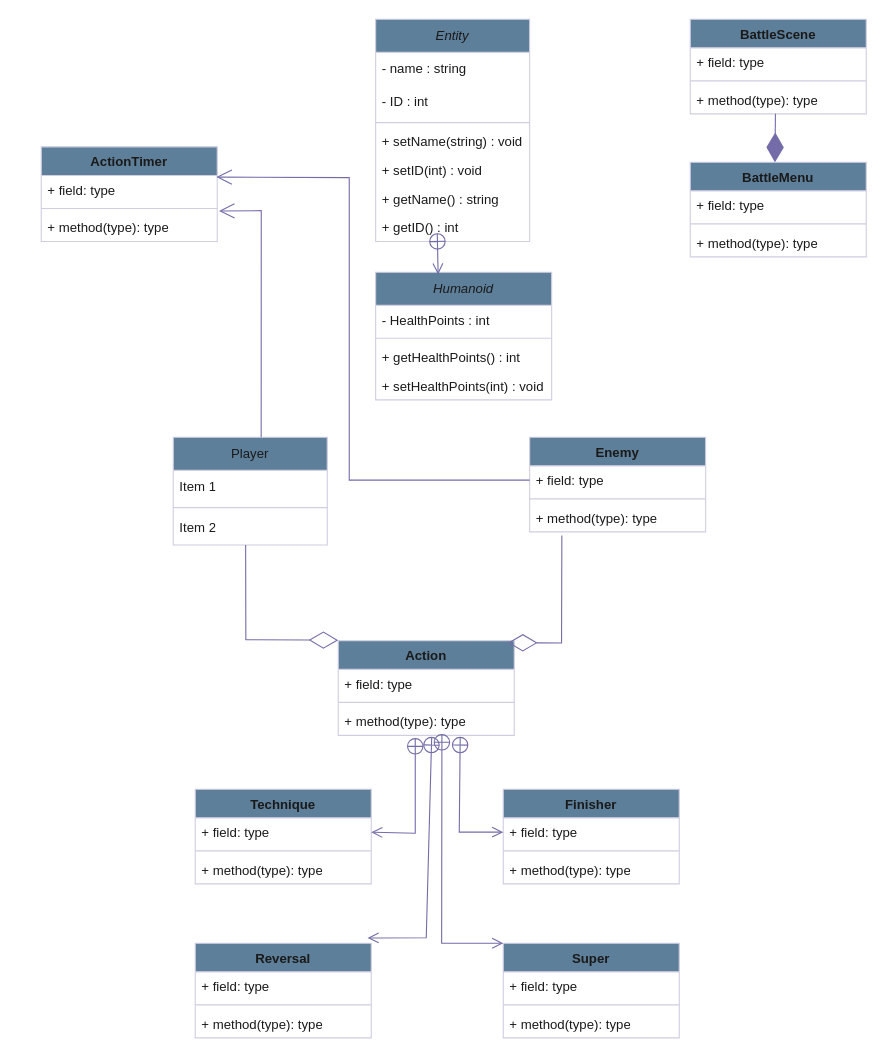
Before: Diagrams/Cerberus_Class_Diagram.drawio in Mickael723/Project-Cerberus, a draw.io diagram. Source tidied: cells renumbered, new cells numbered last; positions are measured from the earlier drawing's top-left corner, leaving out a move shared by most shapes. Both pictures are drawn from the tidied source at 110%, with x=0, y=0 at pixel (41, 19).
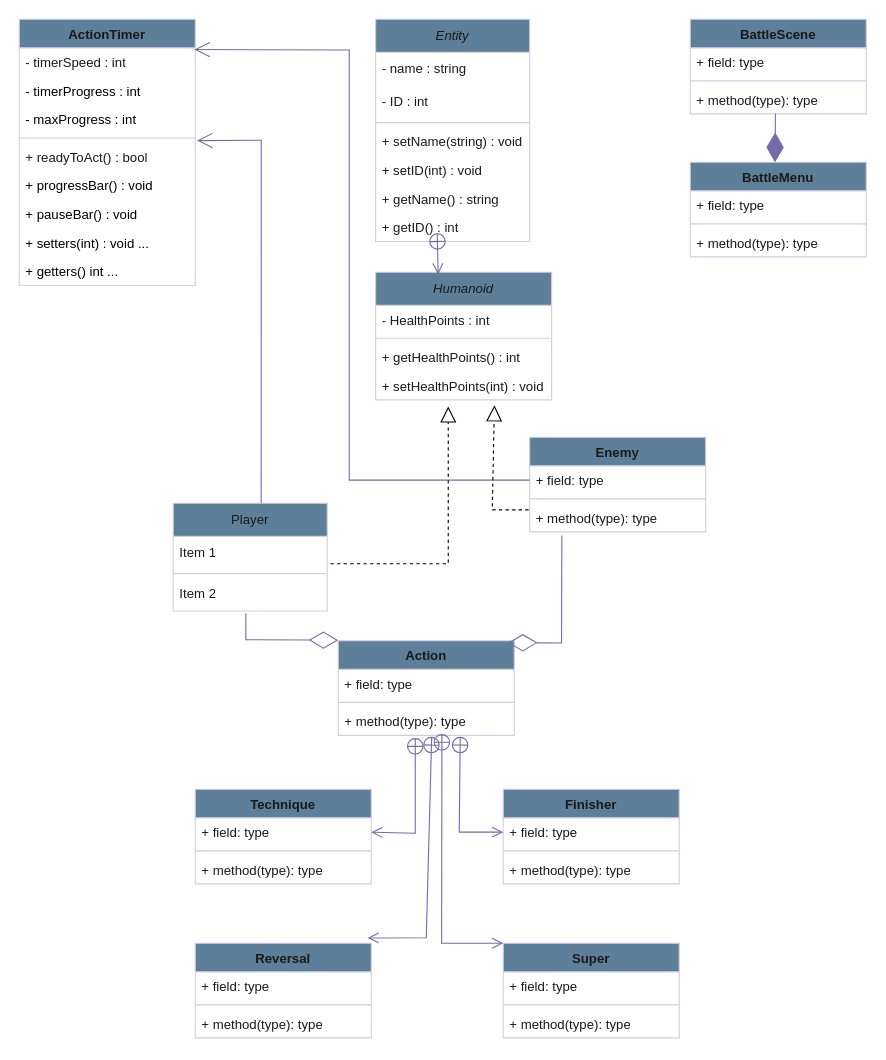
After the change.

Unchanged cells that the change refers to:
```xml
<mxCell id="14" value="+ setHealthPoints(int) : void" style="text;strokeColor=none;fillColor=none;align=left;verticalAlign=top;spacingLeft=4;spacingRight=4;overflow=hidden;points=[[0,0.5],[1,0.5]];portConstraint=eastwest;whiteSpace=wrap;html=1;labelBackgroundColor=none;fontColor=#1A1A1A;" parent="10" vertex="1">
  <mxGeometry y="90" width="160" height="26" as="geometry" />
</mxCell>
<mxCell id="16" value="Item 1" style="text;strokeColor=none;fillColor=none;align=left;verticalAlign=middle;spacingLeft=4;spacingRight=4;overflow=hidden;points=[[0,0.5],[1,0.5]];portConstraint=eastwest;whiteSpace=wrap;html=1;labelBackgroundColor=none;fontColor=#1A1A1A;" parent="15" vertex="1">
  <mxGeometry y="30" width="140" height="30" as="geometry" />
</mxCell>
<mxCell id="25" value="+ field: type" style="text;strokeColor=none;fillColor=none;align=left;verticalAlign=top;spacingLeft=4;spacingRight=4;overflow=hidden;points=[[0,0.5],[1,0.5]];portConstraint=eastwest;whiteSpace=wrap;html=1;fontColor=#1A1A1A;" parent="24" vertex="1">
  <mxGeometry y="26" width="160" height="26" as="geometry" />
</mxCell>
<mxCell id="27" value="+ method(type): type" style="text;strokeColor=none;fillColor=none;align=left;verticalAlign=top;spacingLeft=4;spacingRight=4;overflow=hidden;points=[[0,0.5],[1,0.5]];portConstraint=eastwest;whiteSpace=wrap;html=1;fontColor=#1A1A1A;" parent="24" vertex="1">
  <mxGeometry y="60" width="160" height="26" as="geometry" />
</mxCell>
```

What changed in the source:
```diff
@@
     <mxCell id="15" value="Player" style="swimlane;fontStyle=0;horizontal=1;startSize=30;whiteSpace=wrap;html=1;labelBackgroundColor=none;fillColor=#5D7F99;strokeColor=#D0CEE2;fontColor=#1A1A1A;" parent="1" vertex="1">
-      <mxGeometry x="120" y="380" width="140" height="98" as="geometry" />
+      <mxGeometry x="120" y="440" width="140" height="98" as="geometry" />
     </mxCell>
@@
     <mxCell id="28" value="ActionTimer" style="swimlane;fontStyle=1;align=center;verticalAlign=top;horizontal=1;startSize=26;whiteSpace=wrap;html=1;strokeColor=#D0CEE2;fontColor=#1A1A1A;fillColor=#5D7F99;" parent="1" vertex="1">
-      <mxGeometry y="116" width="160" height="86" as="geometry" />
+      <mxGeometry x="-20" width="160" height="242" as="geometry" />
     </mxCell>
-    <mxCell id="29" value="+ field: type" style="text;strokeColor=none;fillColor=none;align=left;verticalAlign=top;spacingLeft=4;spacingRight=4;overflow=hidden;points=[[0,0.5],[1,0.5]];portConstraint=eastwest;whiteSpace=wrap;html=1;fontColor=#1A1A1A;" parent="28" vertex="1">
+    <mxCell id="29" value="- timerSpeed : int&lt;div&gt;&lt;br&gt;&lt;/div&gt;" style="text;strokeColor=none;fillColor=none;align=left;verticalAlign=top;spacingLeft=4;spacingRight=4;overflow=hidden;points=[[0,0.5],[1,0.5]];portConstraint=eastwest;whiteSpace=wrap;html=1;fontColor=#1A1A1A;" parent="28" vertex="1">
       <mxGeometry y="26" width="160" height="26" as="geometry" />
     </mxCell>
+    <mxCell id="65" value="- timerProgress : int" style="text;strokeColor=none;fillColor=none;align=left;verticalAlign=top;spacingLeft=4;spacingRight=4;overflow=hidden;whiteSpace=wrap;html=1;" parent="28" vertex="1">
+      <mxGeometry y="52" width="160" height="26" as="geometry" />
+    </mxCell>
+    <mxCell id="66" value="- maxProgress : int" style="text;strokeColor=none;fillColor=none;align=left;verticalAlign=top;spacingLeft=4;spacingRight=4;overflow=hidden;whiteSpace=wrap;html=1;" parent="28" vertex="1">
+      <mxGeometry y="78" width="160" height="26" as="geometry" />
+    </mxCell>
     <mxCell id="30" style="line;strokeWidth=1;fillColor=none;align=left;verticalAlign=middle;spacingTop=-1;spacingLeft=3;spacingRight=3;labelPosition=right;points=[];portConstraint=eastwest;strokeColor=inherit;fontColor=#1A1A1A;" parent="28" vertex="1">
-      <mxGeometry y="52" width="160" height="8" as="geometry" />
+      <mxGeometry y="104" width="160" height="8" as="geometry" />
     </mxCell>
-    <mxCell id="31" value="+ method(type): type" style="text;strokeColor=none;fillColor=none;align=left;verticalAlign=top;spacingLeft=4;spacingRight=4;overflow=hidden;whiteSpace=wrap;html=1;fontColor=#1A1A1A;" parent="28" vertex="1">
-      <mxGeometry y="60" width="160" height="26" as="geometry" />
+    <mxCell id="31" value="+ readyToAct() : bool" style="text;strokeColor=none;fillColor=none;align=left;verticalAlign=top;spacingLeft=4;spacingRight=4;overflow=hidden;whiteSpace=wrap;html=1;fontColor=#1A1A1A;" parent="28" vertex="1">
+      <mxGeometry y="112" width="160" height="26" as="geometry" />
     </mxCell>
+    <mxCell id="67" value="+ progressBar() : void" style="text;strokeColor=none;fillColor=none;align=left;verticalAlign=top;spacingLeft=4;spacingRight=4;overflow=hidden;whiteSpace=wrap;html=1;" parent="28" vertex="1">
+      <mxGeometry y="138" width="160" height="26" as="geometry" />
+    </mxCell>
+    <mxCell id="68" value="+ pauseBar() : void" style="text;strokeColor=none;fillColor=none;align=left;verticalAlign=top;spacingLeft=4;spacingRight=4;overflow=hidden;whiteSpace=wrap;html=1;" parent="28" vertex="1">
+      <mxGeometry y="164" width="160" height="26" as="geometry" />
+    </mxCell>
+    <mxCell id="69" value="+ setters(int) : void ..." style="text;strokeColor=none;fillColor=none;align=left;verticalAlign=top;spacingLeft=4;spacingRight=4;overflow=hidden;whiteSpace=wrap;html=1;" parent="28" vertex="1">
+      <mxGeometry y="190" width="160" height="26" as="geometry" />
+    </mxCell>
+    <mxCell id="70" value="+ getters() int ..." style="text;strokeColor=none;fillColor=none;align=left;verticalAlign=top;spacingLeft=4;spacingRight=4;overflow=hidden;whiteSpace=wrap;html=1;" parent="28" vertex="1">
+      <mxGeometry y="216" width="160" height="26" as="geometry" />
+    </mxCell>
@@
-    <mxCell id="36" style="endArrow=diamondThin;endFill=0;endSize=24;html=1;rounded=0;strokeColor=#736CA8;fontColor=#1A1A1A;exitX=0.47;exitY=1.017;exitDx=0;exitDy=0;exitPerimeter=0;entryX=0;entryY=0;entryDx=0;entryDy=0;" parent="1" edge="1">
+    <mxCell id="36" style="endArrow=diamondThin;endFill=0;endSize=24;html=1;rounded=0;strokeColor=#736CA8;fontColor=#1A1A1A;entryX=0;entryY=0;entryDx=0;entryDy=0;" parent="1" edge="1">
       <mxGeometry relative="1" as="geometry">
-        <mxPoint x="185.8" y="478" as="sourcePoint" />
+        <mxPoint x="186" y="540" as="sourcePoint" />
         <mxPoint x="270" y="564.5" as="targetPoint" />
         <Array as="points">
           <mxPoint x="186" y="564" />
         </Array>
       </mxGeometry>
     </mxCell>
@@
     <mxCell id="63" style="endArrow=open;endFill=1;endSize=12;html=1;rounded=0;strokeColor=#736CA8;fontColor=#1A1A1A;entryX=1.01;entryY=0.792;entryDx=0;entryDy=0;entryPerimeter=0;exitX=0.571;exitY=0;exitDx=0;exitDy=0;exitPerimeter=0;" parent="1" edge="1" source="15" target="30">
       <mxGeometry relative="1" as="geometry">
         <Array as="points">
-          <mxPoint x="200" y="174" />
+          <mxPoint x="200" y="110" />
         </Array>
       </mxGeometry>
     </mxCell>
     <mxCell id="64" style="endArrow=open;endFill=1;endSize=12;html=1;rounded=0;strokeColor=#736CA8;fontColor=#1A1A1A;exitX=0;exitY=0.5;exitDx=0;exitDy=0;entryX=0.995;entryY=0.058;entryDx=0;entryDy=0;entryPerimeter=0;" parent="1" edge="1" source="25" target="29">
       <mxGeometry relative="1" as="geometry">
         <Array as="points">
           <mxPoint x="280" y="419" />
-          <mxPoint x="280" y="144" />
+          <mxPoint x="280" y="28" />
         </Array>
       </mxGeometry>
     </mxCell>
+    <mxCell id="71" style="endArrow=block;dashed=1;endFill=0;endSize=12;html=1;rounded=0;exitX=1.021;exitY=0.833;exitDx=0;exitDy=0;exitPerimeter=0;" parent="1" edge="1" source="16">
+      <mxGeometry relative="1" as="geometry">
+        <mxPoint x="370" y="352" as="targetPoint" />
+        <Array as="points">
+          <mxPoint x="370" y="495" />
+        </Array>
+      </mxGeometry>
+    </mxCell>
+    <mxCell id="72" style="endArrow=block;dashed=1;endFill=0;endSize=12;html=1;rounded=0;entryX=0.675;entryY=1.192;entryDx=0;entryDy=0;entryPerimeter=0;exitX=-0.006;exitY=0.231;exitDx=0;exitDy=0;exitPerimeter=0;" parent="1" edge="1" source="27" target="14">
+      <mxGeometry relative="1" as="geometry">
+        <Array as="points">
+          <mxPoint x="410" y="446" />
+        </Array>
+      </mxGeometry>
+    </mxCell>
```
